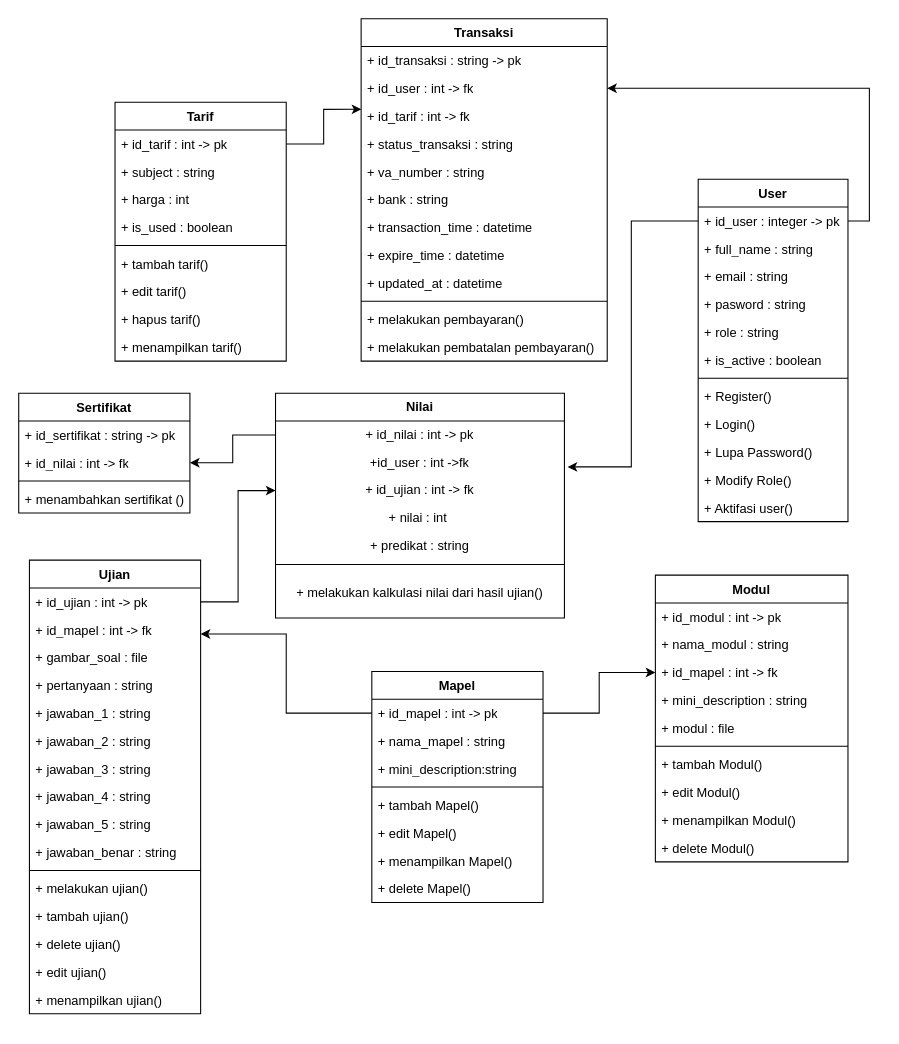
Before: bab 3 class diagram/class.drawio in fuatanshori/flowchart, a draw.io diagram. Source tidied: cells renumbered, new cells numbered last; positions are measured from the earlier drawing's top-left corner, leaving out a move shared by most shapes. Both pictures are drawn from the tidied source at 107%, with x=0, y=0 at pixel (18, 18).
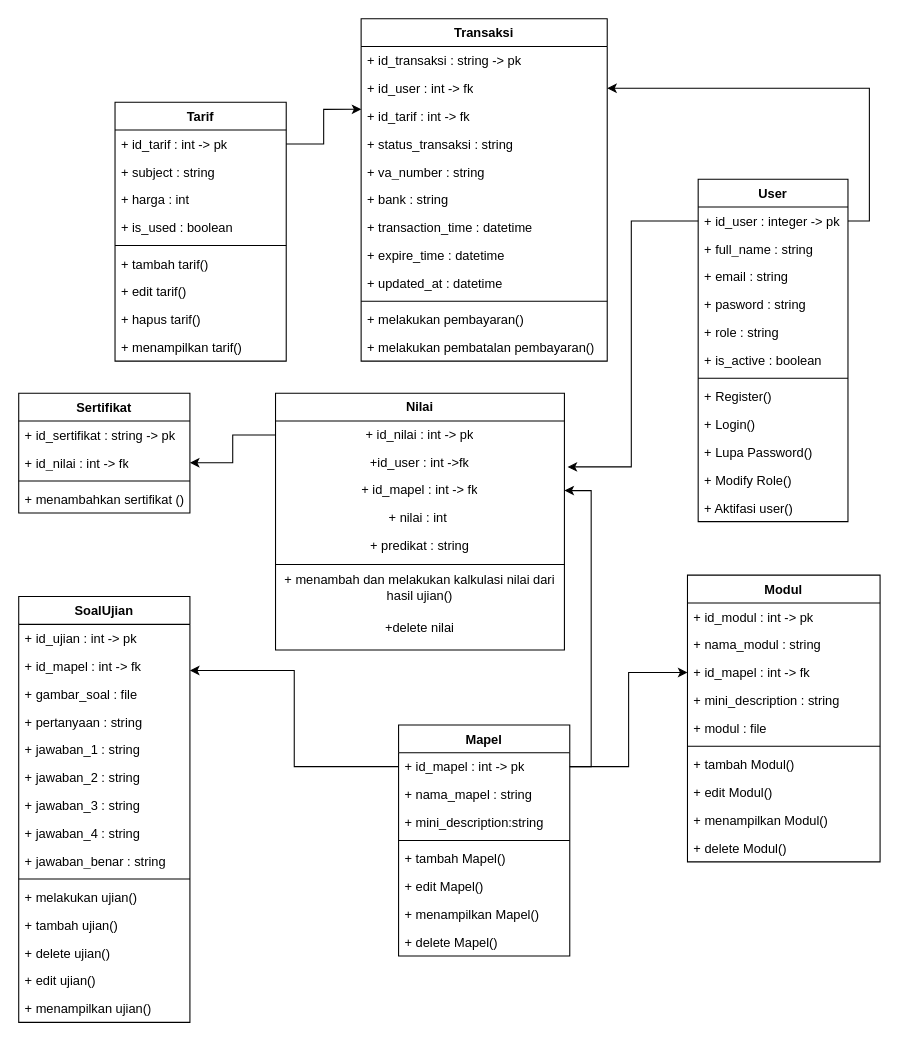
Above is the later version.

Unchanged cells that the change refers to:
```xml
<mxCell id="29" value="+ id_mapel : int -&amp;gt; pk" style="text;strokeColor=none;fillColor=none;align=left;verticalAlign=top;spacingLeft=4;spacingRight=4;overflow=hidden;points=[[0,0.5],[1,0.5]];portConstraint=eastwest;whiteSpace=wrap;html=1;" parent="28" vertex="1">
  <mxGeometry y="26" width="160" height="26" as="geometry" />
</mxCell>
<mxCell id="69" value="+ id_ujian : int -&amp;gt; pk" style="text;strokeColor=none;fillColor=none;align=left;verticalAlign=top;spacingLeft=4;spacingRight=4;overflow=hidden;points=[[0,0.5],[1,0.5]];portConstraint=eastwest;whiteSpace=wrap;html=1;" parent="68" vertex="1">
  <mxGeometry y="26" width="160" height="26" as="geometry" />
</mxCell>
```

What changed in the source:
```diff
@@
     <mxCell id="28" value="Mapel" style="swimlane;fontStyle=1;align=center;verticalAlign=top;horizontal=1;startSize=26;whiteSpace=wrap;html=1;" parent="1" vertex="1">
-      <mxGeometry x="330" y="610" width="160" height="216" as="geometry" />
+      <mxGeometry x="355" y="660" width="160" height="216" as="geometry" />
     </mxCell>
@@
     <mxCell id="37" value="Modul" style="swimlane;fontStyle=1;align=center;verticalAlign=top;horizontal=1;startSize=26;whiteSpace=wrap;html=1;" parent="1" vertex="1">
-      <mxGeometry x="595" y="520" width="180" height="268" as="geometry" />
+      <mxGeometry x="625" y="520" width="180" height="268" as="geometry" />
     </mxCell>
@@
     <mxCell id="60" value="Nilai" style="swimlane;fontStyle=1;align=center;verticalAlign=middle;horizontal=1;startSize=26;whiteSpace=wrap;html=1;" parent="1" vertex="1">
-      <mxGeometry x="240" y="350" width="270" height="210" as="geometry" />
+      <mxGeometry x="240" y="350" width="270" height="240" as="geometry" />
     </mxCell>
@@
-    <mxCell id="63" value="+ id_ujian : int -&amp;gt; fk" style="text;strokeColor=none;fillColor=none;align=center;verticalAlign=middle;spacingLeft=4;spacingRight=4;overflow=hidden;points=[[0,0.5],[1,0.5]];portConstraint=eastwest;whiteSpace=wrap;html=1;" parent="60" vertex="1">
+    <mxCell id="63" value="+ id_mapel : int -&amp;gt; fk" style="text;strokeColor=none;fillColor=none;align=center;verticalAlign=middle;spacingLeft=4;spacingRight=4;overflow=hidden;points=[[0,0.5],[1,0.5]];portConstraint=eastwest;whiteSpace=wrap;html=1;" parent="60" vertex="1">
       <mxGeometry y="78" width="270" height="26" as="geometry" />
     </mxCell>
@@
-    <mxCell id="67" value="+ melakukan kalkulasi nilai dari hasil ujian()" style="text;strokeColor=none;fillColor=none;align=center;verticalAlign=middle;spacingLeft=4;spacingRight=4;overflow=hidden;whiteSpace=wrap;html=1;" parent="60" vertex="1">
-      <mxGeometry y="164" width="270" height="46" as="geometry" />
+    <mxCell id="67" value="+ menambah dan melakukan kalkulasi nilai dari hasil ujian()" style="text;strokeColor=none;fillColor=none;align=center;verticalAlign=middle;spacingLeft=4;spacingRight=4;overflow=hidden;whiteSpace=wrap;html=1;" parent="60" vertex="1">
+      <mxGeometry y="164" width="270" height="36" as="geometry" />
     </mxCell>
+    <mxCell id="95" value="+delete nilai" style="text;strokeColor=none;fillColor=none;align=center;verticalAlign=middle;spacingLeft=4;spacingRight=4;overflow=hidden;whiteSpace=wrap;html=1;" parent="60" vertex="1">
+      <mxGeometry y="200" width="270" height="40" as="geometry" />
+    </mxCell>
-    <mxCell id="68" value="Ujian" style="swimlane;fontStyle=1;align=center;verticalAlign=top;horizontal=1;startSize=26;whiteSpace=wrap;html=1;" parent="1" vertex="1">
-      <mxGeometry x="10" y="506" width="160" height="424" as="geometry" />
+    <mxCell id="68" value="SoalUjian" style="swimlane;fontStyle=1;align=center;verticalAlign=top;horizontal=1;startSize=26;whiteSpace=wrap;html=1;" parent="1" vertex="1">
+      <mxGeometry y="540" width="160" height="398" as="geometry" />
     </mxCell>
@@
-    <mxCell id="77" value="+ jawaban_5 : string&amp;nbsp;" style="text;strokeColor=none;fillColor=none;align=left;verticalAlign=top;spacingLeft=4;spacingRight=4;overflow=hidden;whiteSpace=wrap;html=1;" parent="68" vertex="1">
-      <mxGeometry y="234" width="160" height="26" as="geometry" />
-    </mxCell>
     <mxCell id="78" value="+ jawaban_benar : string&amp;nbsp;" style="text;strokeColor=none;fillColor=none;align=left;verticalAlign=top;spacingLeft=4;spacingRight=4;overflow=hidden;whiteSpace=wrap;html=1;" parent="68" vertex="1">
-      <mxGeometry y="260" width="160" height="26" as="geometry" />
+      <mxGeometry y="234" width="160" height="26" as="geometry" />
     </mxCell>
     <mxCell id="79" style="line;strokeWidth=1;fillColor=none;align=left;verticalAlign=middle;spacingTop=-1;spacingLeft=3;spacingRight=3;labelPosition=right;strokeColor=inherit;" parent="68" vertex="1">
-      <mxGeometry y="286" width="160" height="8" as="geometry" />
+      <mxGeometry y="260" width="160" height="8" as="geometry" />
     </mxCell>
     <mxCell id="80" value="+ melakukan ujian()" style="text;strokeColor=none;fillColor=none;align=left;verticalAlign=top;spacingLeft=4;spacingRight=4;overflow=hidden;whiteSpace=wrap;html=1;" parent="68" vertex="1">
-      <mxGeometry y="294" width="160" height="26" as="geometry" />
+      <mxGeometry y="268" width="160" height="26" as="geometry" />
     </mxCell>
     <mxCell id="81" value="+ tambah ujian()" style="text;strokeColor=none;fillColor=none;align=left;verticalAlign=top;spacingLeft=4;spacingRight=4;overflow=hidden;whiteSpace=wrap;html=1;" parent="68" vertex="1">
-      <mxGeometry y="320" width="160" height="26" as="geometry" />
+      <mxGeometry y="294" width="160" height="26" as="geometry" />
     </mxCell>
     <mxCell id="82" value="+ delete ujian()" style="text;strokeColor=none;fillColor=none;align=left;verticalAlign=top;spacingLeft=4;spacingRight=4;overflow=hidden;whiteSpace=wrap;html=1;" parent="68" vertex="1">
-      <mxGeometry y="346" width="160" height="26" as="geometry" />
+      <mxGeometry y="320" width="160" height="26" as="geometry" />
     </mxCell>
     <mxCell id="83" value="+ edit ujian()" style="text;strokeColor=none;fillColor=none;align=left;verticalAlign=top;spacingLeft=4;spacingRight=4;overflow=hidden;whiteSpace=wrap;html=1;" parent="68" vertex="1">
-      <mxGeometry y="372" width="160" height="26" as="geometry" />
+      <mxGeometry y="346" width="160" height="26" as="geometry" />
     </mxCell>
     <mxCell id="84" value="+ menampilkan ujian()" style="text;strokeColor=none;fillColor=none;align=left;verticalAlign=top;spacingLeft=4;spacingRight=4;overflow=hidden;whiteSpace=wrap;html=1;" parent="68" vertex="1">
-      <mxGeometry y="398" width="160" height="26" as="geometry" />
+      <mxGeometry y="372" width="160" height="26" as="geometry" />
     </mxCell>
-    <mxCell id="85" style="edgeStyle=orthogonalEdgeStyle;rounded=0;jettySize=auto;html=1;exitX=1;exitY=0.5;exitDx=0;exitDy=0;" parent="1" edge="1" source="69" target="63">
-      <mxGeometry relative="1" as="geometry" />
-    </mxCell>
@@
+    <mxCell id="96" style="edgeStyle=orthogonalEdgeStyle;rounded=0;jettySize=auto;html=1;exitX=1;exitY=0.5;exitDx=0;exitDy=0;entryX=1;entryY=0.5;entryDx=0;entryDy=0;" parent="1" edge="1" source="29" target="63">
+      <mxGeometry relative="1" as="geometry" />
+    </mxCell>
```
